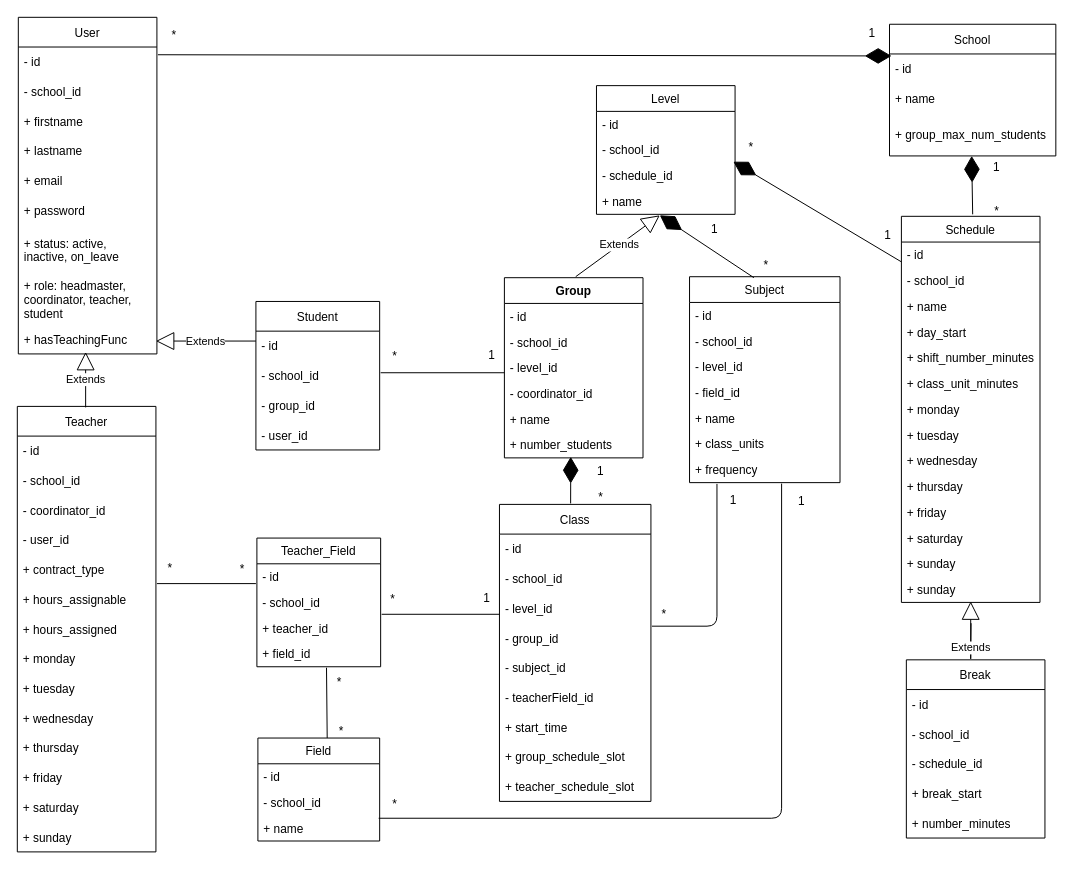
Above: support/3_design/entities/entities_UML.drawio in JeromeVargas/schedule_maker (draw.io), before the change. Source tidied: cells renumbered, new cells numbered last; positions are measured from the earlier drawing's top-left corner, leaving out a move shared by most shapes. Both pictures are drawn from the tidied source at 99%, with x=0, y=0 at pixel (17, 17).
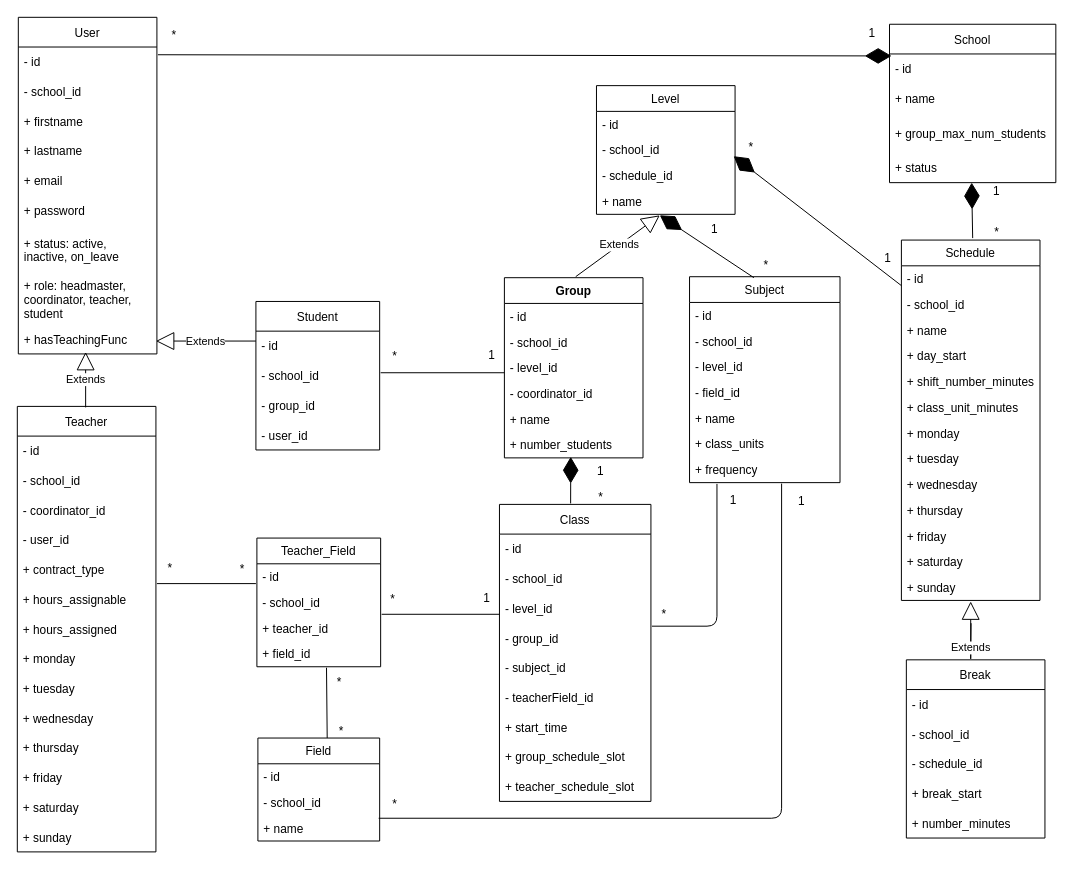
Above is the later version.

Commit message (it also covers changes not shown here):
refactor: add status to school entity

The change refers to these unchanged cells:
```xml
<mxCell id="99" value="*" style="text;html=1;align=center;verticalAlign=middle;points=[];strokeColor=none;fillColor=none;" parent="1" vertex="1">
  <mxGeometry x="726" y="117" width="30" height="30" as="geometry" />
</mxCell>
```

The edit, as a diff of the source:
```diff
@@
     <mxCell id="13" value="School" style="swimlane;fontStyle=0;horizontal=1;startSize=30;strokeColor=default;fillColor=none;" parent="1" vertex="1">
-      <mxGeometry x="881" y="7" width="168" height="133" as="geometry" />
+      <mxGeometry x="881" y="7" width="168" height="160" as="geometry" />
     </mxCell>
@@
     <mxCell id="16" value="+ group_max_num_students" style="text;strokeColor=none;fillColor=none;align=left;verticalAlign=middle;spacingLeft=4;spacingRight=4;overflow=hidden;points=[[0,0.5],[1,0.5]];portConstraint=eastwest;" parent="13" vertex="1">
-      <mxGeometry y="90" width="168" height="43" as="geometry" />
+      <mxGeometry y="90" width="168" height="40" as="geometry" />
     </mxCell>
+    <mxCell id="133" value="+ status" style="text;strokeColor=none;fillColor=none;align=left;verticalAlign=middle;spacingLeft=4;spacingRight=4;overflow=hidden;" parent="13" vertex="1">
+      <mxGeometry y="130" width="168" height="30" as="geometry" />
+    </mxCell>
     <mxCell id="17" value="Schedule" style="swimlane;fontStyle=0;horizontal=1;startSize=26;fillColor=none;" parent="1" vertex="1">
-      <mxGeometry x="893" y="201" width="140" height="390" as="geometry" />
+      <mxGeometry x="893" y="225" width="140" height="364" as="geometry" />
     </mxCell>
@@
-    <mxCell id="30" value="+ sunday&#10;" style="text;strokeColor=none;fillColor=none;align=left;verticalAlign=top;spacingLeft=4;spacingRight=4;overflow=hidden;" parent="17" vertex="1">
-      <mxGeometry y="338" width="140" height="26" as="geometry" />
-    </mxCell>
     <mxCell id="31" value="+ sunday&#10;" style="text;strokeColor=none;fillColor=none;align=left;verticalAlign=top;spacingLeft=4;spacingRight=4;overflow=hidden;" parent="17" vertex="1">
-      <mxGeometry y="364" width="140" height="26" as="geometry" />
+      <mxGeometry y="338" width="140" height="26" as="geometry" />
     </mxCell>
-    <mxCell id="32" style="endArrow=diamondThin;endFill=1;endSize=24;html=1;rounded=0;entryX=-0.158;entryY=0.961;entryDx=0;entryDy=0;entryPerimeter=0;" parent="17" edge="1">
+    <mxCell id="32" style="endArrow=diamondThin;endFill=1;endSize=24;html=1;rounded=0;entryX=-0.079;entryY=0.777;entryDx=0;entryDy=0;entryPerimeter=0;" parent="17" edge="1" target="99">
       <mxGeometry relative="1" as="geometry">
         <mxPoint y="46" as="sourcePoint" />
-        <mxPoint x="-169.7" y="-55.2" as="targetPoint" />
       </mxGeometry>
     </mxCell>
@@
     <mxCell id="91" value="*" style="text;html=1;align=center;verticalAlign=middle;strokeColor=none;fillColor=none;" parent="1" vertex="1">
-      <mxGeometry x="974" y="181" width="30" height="30" as="geometry" />
+      <mxGeometry x="974" y="202" width="30" height="30" as="geometry" />
     </mxCell>
@@
     <mxCell id="98" value="1" style="text;html=1;align=center;verticalAlign=middle;strokeColor=none;fillColor=none;" parent="1" vertex="1">
-      <mxGeometry x="864" y="205" width="30" height="30" as="geometry" />
+      <mxGeometry x="864" y="229" width="30" height="30" as="geometry" />
     </mxCell>
@@
-    <mxCell id="114" style="endArrow=diamondThin;endFill=1;endSize=24;html=1;rounded=0;entryX=0.494;entryY=1;entryDx=0;entryDy=0;entryPerimeter=0;" parent="1" edge="1" target="16">
+    <mxCell id="114" style="endArrow=diamondThin;endFill=1;endSize=24;html=1;rounded=0;" parent="1" edge="1">
       <mxGeometry relative="1" as="geometry">
-        <mxPoint x="965" y="199" as="sourcePoint" />
+        <mxPoint x="965" y="223" as="sourcePoint" />
+        <mxPoint x="964" y="167" as="targetPoint" />
       </mxGeometry>
     </mxCell>
     <mxCell id="115" value="1" style="text;html=1;align=center;verticalAlign=middle;strokeColor=none;fillColor=none;" parent="1" vertex="1">
-      <mxGeometry x="974" y="137" width="30" height="30" as="geometry" />
+      <mxGeometry x="974" y="161" width="30" height="30" as="geometry" />
     </mxCell>
```
